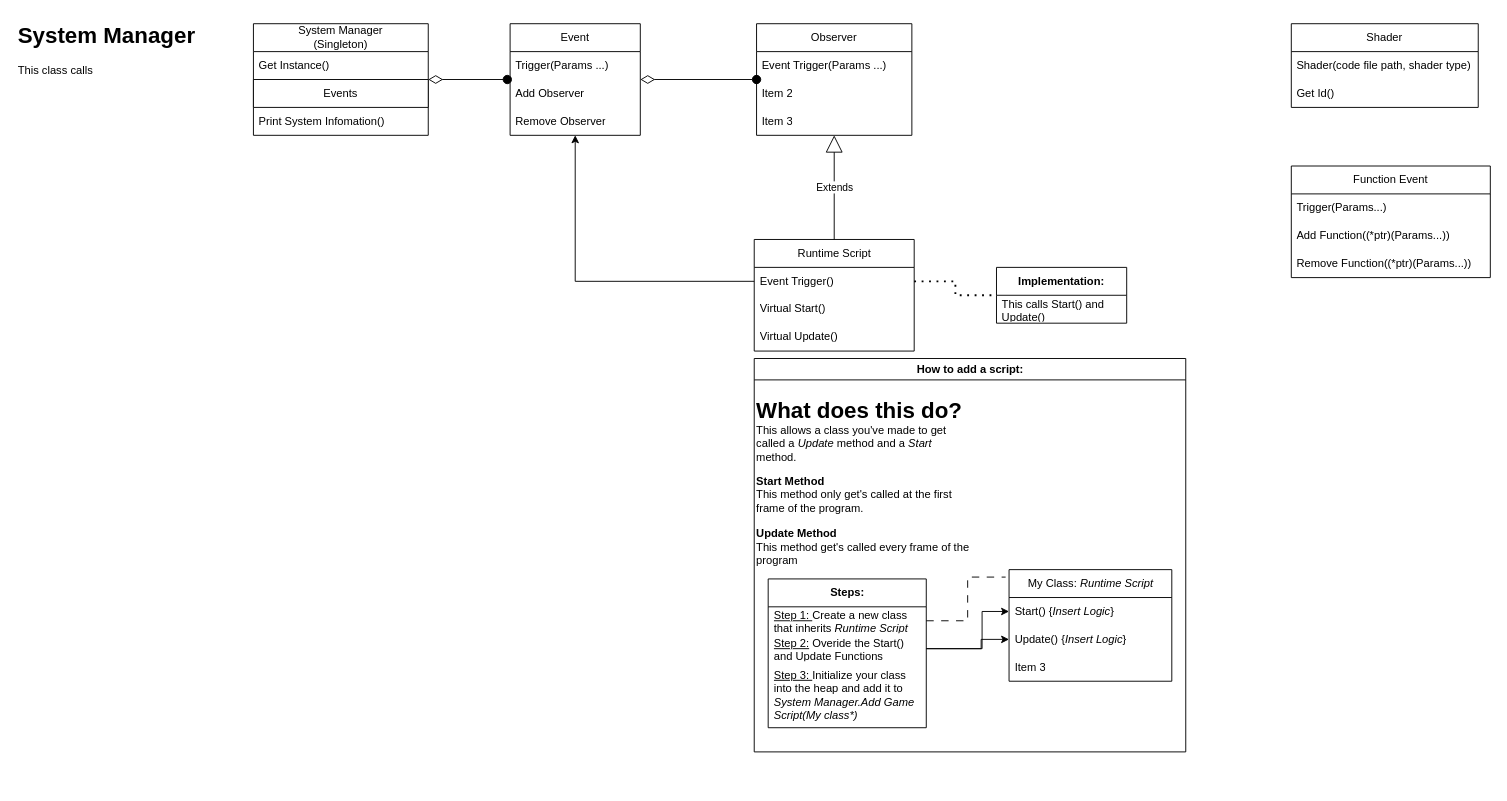
This is page "Class Diagram" (1 of 2) of Class diagram.drawio from davidalejandroo28/ColorMapper, a draw.io file, before an edit. Source tidied: cells renumbered, new cells numbered last; positions are measured from the earlier drawing's top-left corner, leaving out a move shared by most shapes. Both pictures are drawn from the tidied source at 93%, with x=0, y=0 at pixel (16, 16).
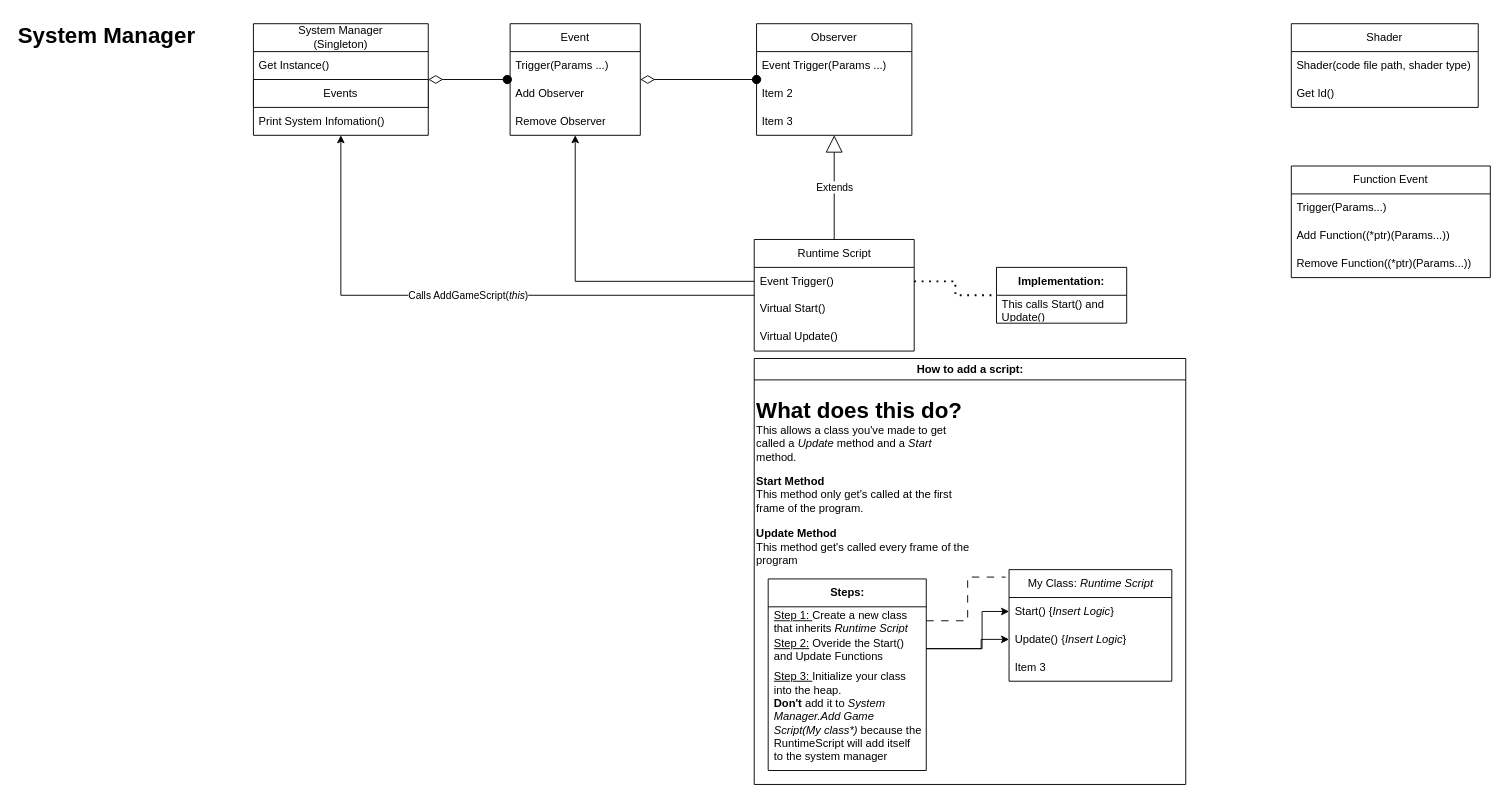
The same page after the edit.

Unchanged cells that the change refers to:
```xml
<mxCell id="3" value="System Manager&lt;div&gt;(Singleton)&lt;/div&gt;" style="swimlane;fontStyle=0;horizontal=1;startSize=30;whiteSpace=wrap;html=1;" parent="1" vertex="1">
  <mxGeometry x="255" y="8" width="188" height="120" as="geometry" />
</mxCell>
<mxCell id="21" value="Runtime Script" style="swimlane;fontStyle=0;horizontal=1;startSize=30;whiteSpace=wrap;html=1;" parent="1" vertex="1">
  <mxGeometry x="793.5" y="240" width="172" height="120" as="geometry" />
</mxCell>
```

What changed in the source:
```diff
@@
-    <mxCell id="12" value="&lt;h1 style=&quot;margin-top: 0px;&quot;&gt;System Manager&lt;/h1&gt;&lt;p&gt;This class calls&amp;nbsp;&lt;/p&gt;" style="text;html=1;whiteSpace=wrap;overflow=hidden;rounded=0;" parent="1" vertex="1">
+    <mxCell id="12" value="&lt;h1 style=&quot;margin-top: 0px;&quot;&gt;System Manager&lt;/h1&gt;&lt;p&gt;&lt;br&gt;&lt;/p&gt;" style="text;html=1;whiteSpace=wrap;overflow=hidden;rounded=0;" parent="1" vertex="1">
       <mxGeometry width="233" height="120" as="geometry" />
     </mxCell>
@@
+    <mxCell id="46" value="Calls AddGameScript(&lt;i&gt;this&lt;/i&gt;)" style="edgeStyle=orthogonalEdgeStyle;rounded=0;jettySize=auto;html=1;" parent="1" edge="1" source="21" target="3">
+      <mxGeometry relative="1" as="geometry" />
+    </mxCell>
@@
     <mxCell id="29" value="How to add a script:" style="swimlane;whiteSpace=wrap;html=1;" parent="1" vertex="1">
-      <mxGeometry x="793.5" y="368" width="464" height="423" as="geometry" />
+      <mxGeometry x="793.5" y="368" width="464" height="458" as="geometry" />
     </mxCell>
     <mxCell id="30" value="&lt;b&gt;Steps:&lt;/b&gt;" style="swimlane;fontStyle=0;horizontal=1;startSize=30;whiteSpace=wrap;html=1;" parent="29" vertex="1">
-      <mxGeometry x="15" y="237" width="170" height="160" as="geometry" />
+      <mxGeometry x="15" y="237" width="170" height="206" as="geometry" />
     </mxCell>
@@
-    <mxCell id="33" value="&lt;u&gt;Step 3: &lt;/u&gt;Initialize your class into the heap and add it to &lt;i&gt;System Manager.Add Game Script(My class*)&lt;/i&gt;" style="text;strokeColor=none;fillColor=none;align=left;verticalAlign=middle;spacingLeft=4;spacingRight=4;overflow=hidden;whiteSpace=wrap;html=1;" parent="30" vertex="1">
-      <mxGeometry y="90" width="170" height="70" as="geometry" />
+    <mxCell id="33" value="&lt;u&gt;Step 3: &lt;/u&gt;Initialize your class into the heap.&lt;div&gt;&lt;b&gt;Don't&lt;/b&gt; add it to &lt;i&gt;System Manager.Add Game Script(My class*) &lt;/i&gt;because the RuntimeScript will add itself to the system manager&lt;/div&gt;" style="text;strokeColor=none;fillColor=none;align=left;verticalAlign=middle;spacingLeft=4;spacingRight=4;overflow=hidden;whiteSpace=wrap;html=1;" parent="30" vertex="1">
+      <mxGeometry y="90" width="170" height="116" as="geometry" />
     </mxCell>
```
